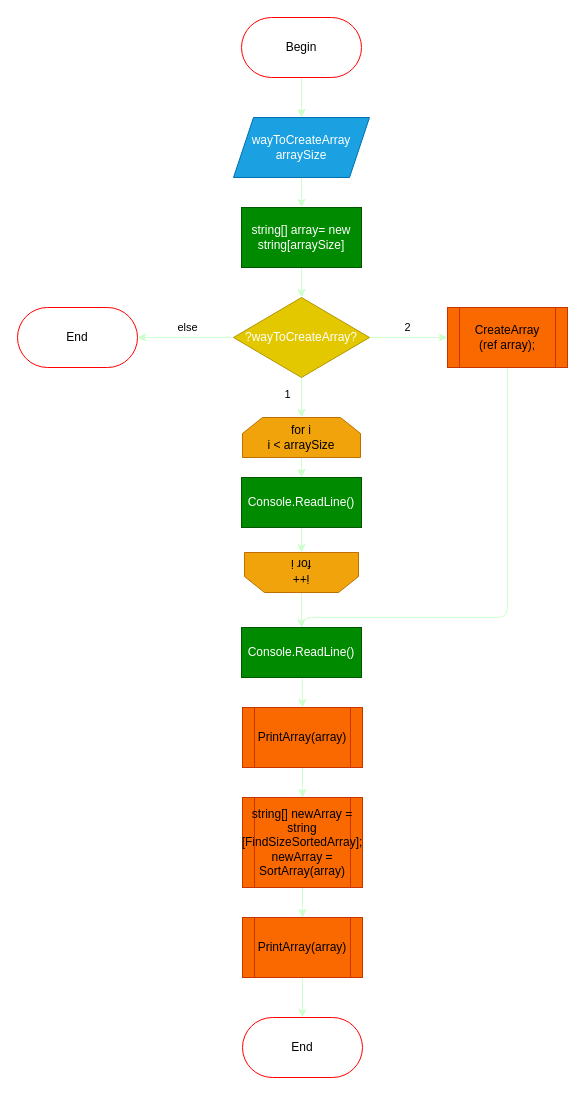
Earlier version of the draw.io diagram page "Main" (1 of 5) of algorithm/algorithm.drawio (hvtee/verification_work). Source tidied: cells renumbered, new cells numbered last; positions are measured from the earlier drawing's top-left corner, leaving out a move shared by most shapes. Both pictures are drawn from the tidied source at 100%, with x=0, y=0 at pixel (17, 17).
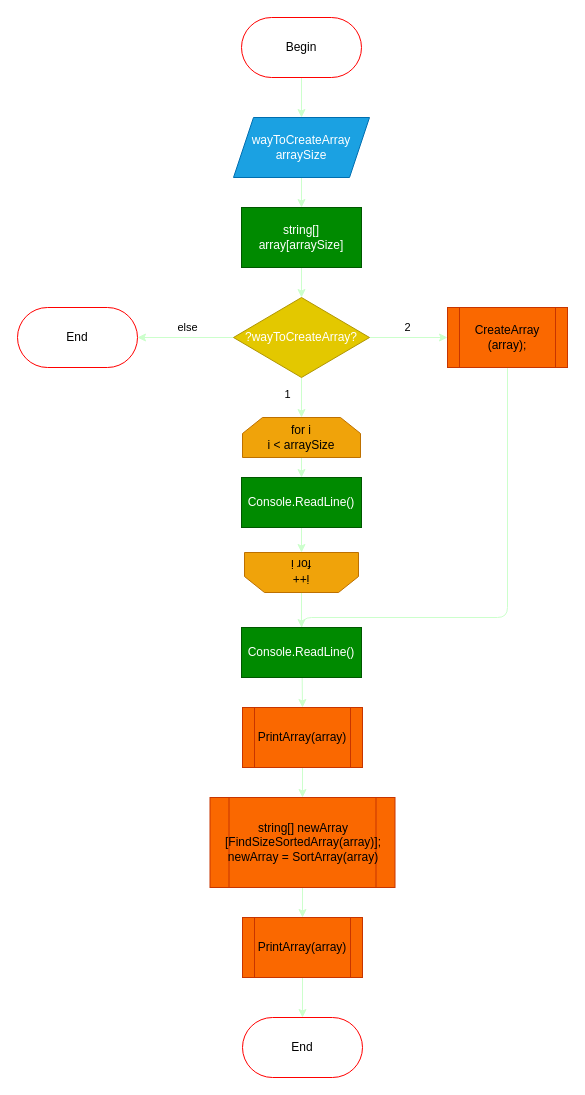
Above is the later version.

The edit, as a diff of the source:
```diff
@@
-    <mxCell id="12" value="CreateArray&lt;br&gt;(ref array);" style="shape=process;whiteSpace=wrap;html=1;backgroundOutline=1;strokeColor=#C73500;fillColor=#fa6800;fontColor=#000000;" parent="1" vertex="1">
+    <mxCell id="12" value="CreateArray&lt;br&gt;(array);" style="shape=process;whiteSpace=wrap;html=1;backgroundOutline=1;strokeColor=#C73500;fillColor=#fa6800;fontColor=#000000;" parent="1" vertex="1">
       <mxGeometry x="430" y="290" width="120" height="60" as="geometry" />
     </mxCell>
@@
-    <mxCell id="14" value="string[] array= new string[arraySize]" style="rounded=0;whiteSpace=wrap;html=1;strokeColor=#005700;fillColor=#008a00;fontColor=#ffffff;" parent="1" vertex="1">
+    <mxCell id="14" value="string[] array[arraySize]" style="rounded=0;whiteSpace=wrap;html=1;strokeColor=#005700;fillColor=#008a00;fontColor=#ffffff;" parent="1" vertex="1">
       <mxGeometry x="224" y="190" width="120" height="60" as="geometry" />
     </mxCell>
@@
-    <mxCell id="24" value="string[] newArray = string [FindSizeSortedArray];&lt;br&gt;newArray = SortArray(array)" style="shape=process;whiteSpace=wrap;html=1;backgroundOutline=1;strokeColor=#C73500;fillColor=#fa6800;fontColor=#000000;" parent="1" vertex="1">
-      <mxGeometry x="225" y="780" width="120" height="90" as="geometry" />
+    <mxCell id="24" value="string[] newArray [FindSizeSortedArray(array)];&lt;br&gt;newArray = SortArray(array)" style="shape=process;whiteSpace=wrap;html=1;backgroundOutline=1;strokeColor=#C73500;fillColor=#fa6800;fontColor=#000000;" parent="1" vertex="1">
+      <mxGeometry x="192.5" y="780" width="185" height="90" as="geometry" />
     </mxCell>
```
